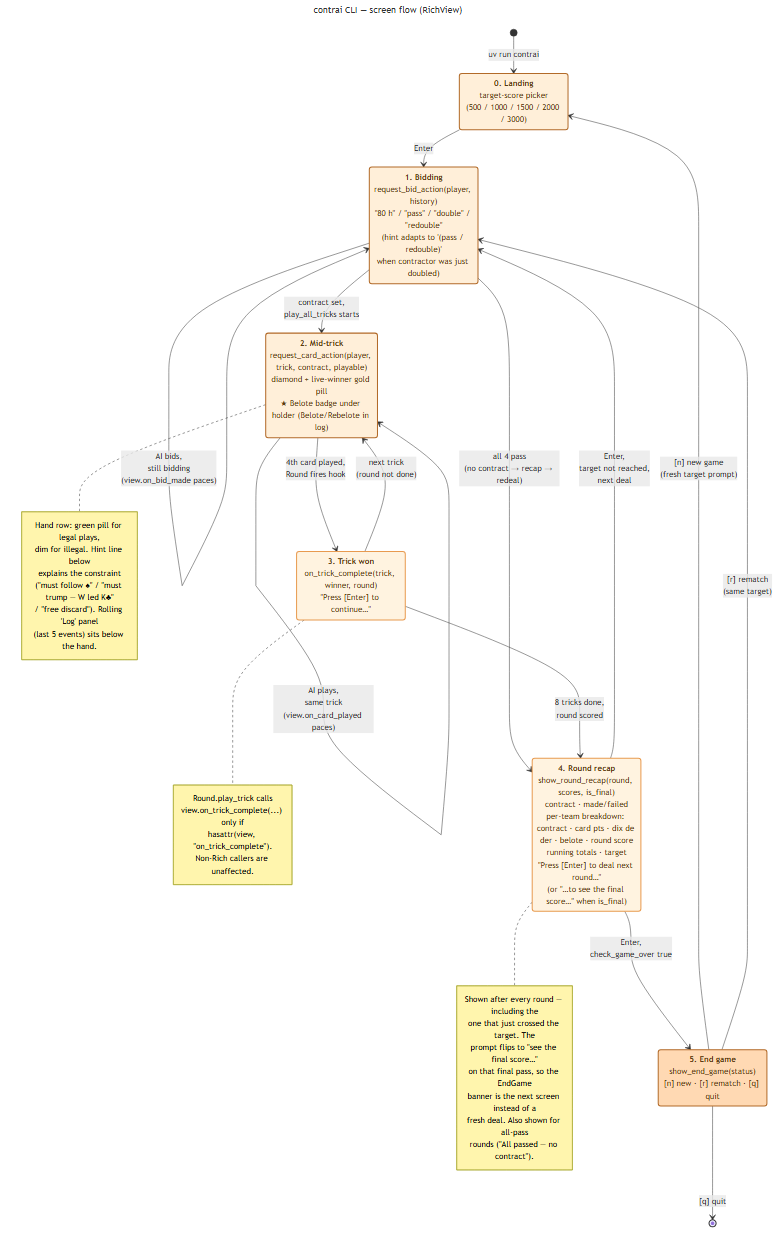
valmathieu/ContrAI keeps this Mermaid diagram as docs/diagrams/state_cli_screens.png. Above is the earlier version. Its source is kept beside it as docs/diagrams/state_cli_screens.mmd.
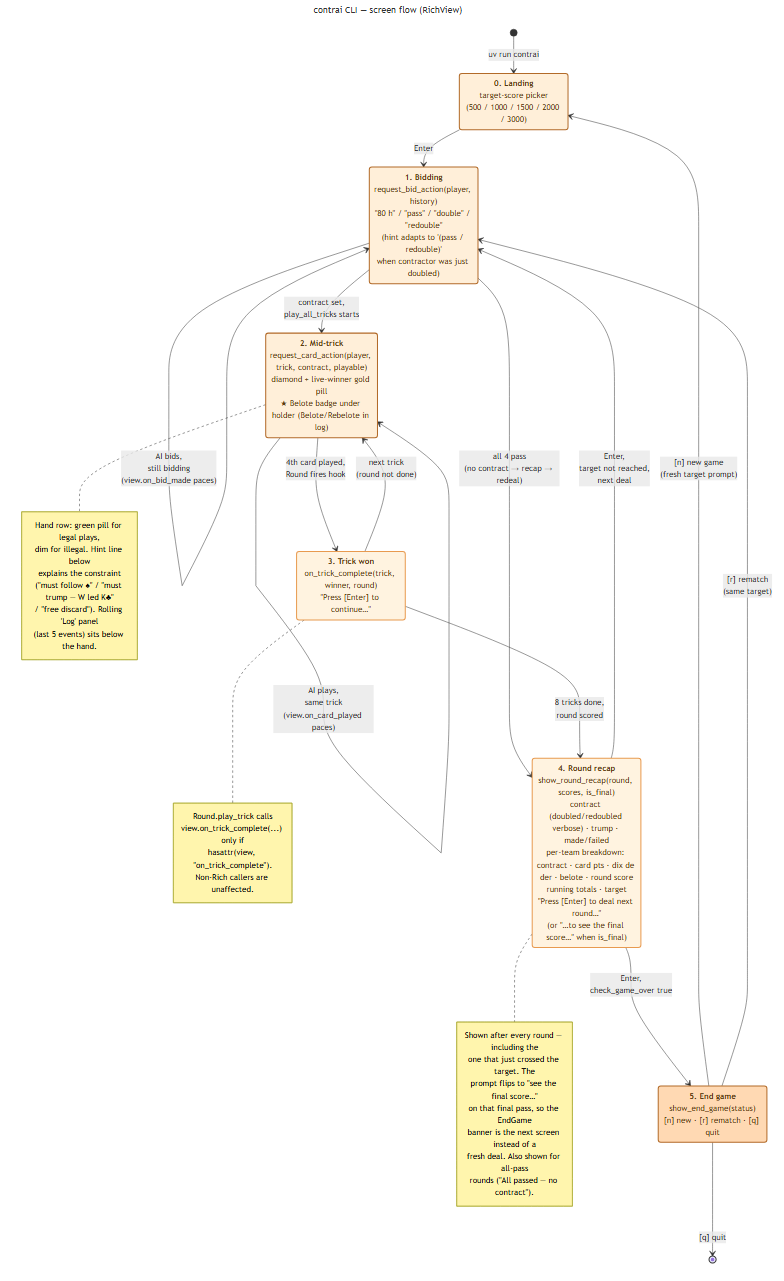
The same diagram one commit later.

Commit message:
feat(engine): enrich the round-recap contract block (verbose markers + trump recall)

Change to the diagram source:
```diff
@@ -10,7 +10,7 @@
     Bidding : <b>1. Bidding</b><br/>request_bid_action(player, history)<br/>"80 h" / "pass" / "double" / "redouble"<br/>(hint adapts to '(pass / redouble)'<br/>when contractor was just doubled)
     MidTrick : <b>2. Mid-trick</b><br/>request_card_action(player, trick, contract, playable)<br/>diamond + live-winner gold pill<br/>★ Belote badge under holder (Belote/Rebelote in log)
     TrickWon : <b>3. Trick won</b><br/>on_trick_complete(trick, winner, round)<br/>"Press [Enter] to continue…"
-    RoundRecap : <b>4. Round recap</b><br/>show_round_recap(round, scores, is_final)<br/>contract · made/failed<br/>per-team breakdown: contract · card pts · dix de der · belote · round score<br/>running totals · target<br/>"Press [Enter] to deal next round…"<br/>(or "…to see the final score…" when is_final)
+    RoundRecap : <b>4. Round recap</b><br/>show_round_recap(round, scores, is_final)<br/>contract (doubled/redoubled verbose) · trump · made/failed<br/>per-team breakdown: contract · card pts · dix de der · belote · round score<br/>running totals · target<br/>"Press [Enter] to deal next round…"<br/>(or "…to see the final score…" when is_final)
     EndGame : <b>5. End game</b><br/>show_end_game(status)<br/>[n] new · [r] rematch · [q] quit
 
     Landing --> Bidding : Enter
```
